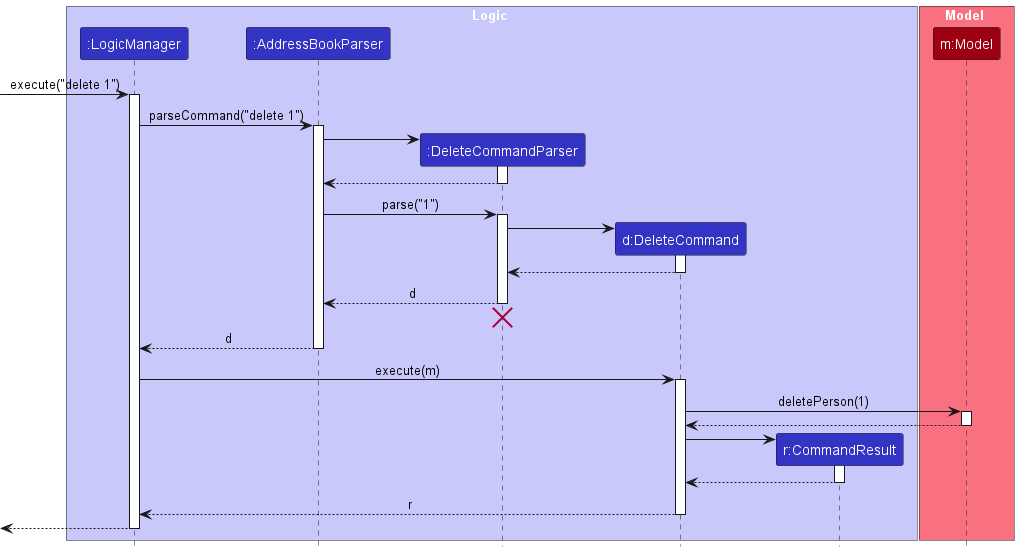
Above: docs/images/DeleteSequenceDiagram.png in nus-cs2103-AY2425S1/tp (PlantUML), before the change.
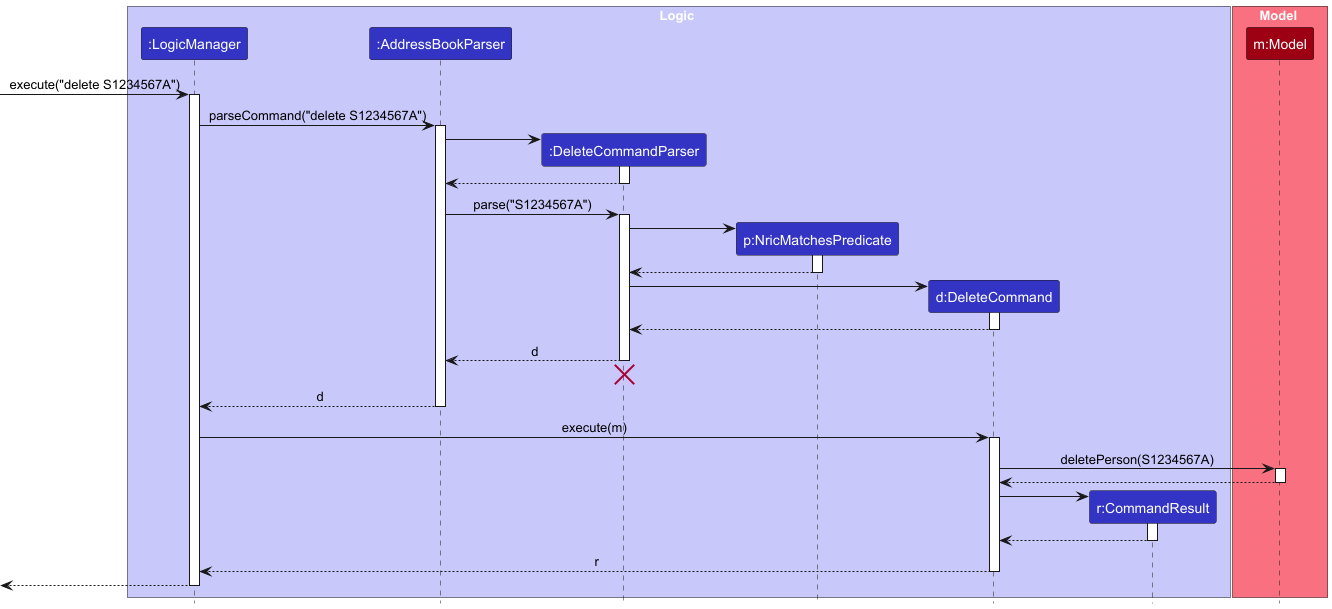
After the commit.

Commit message:
Update UiClassDiagram and DeleteSequenceDiagram UML files

Change to the diagram source:
```diff
@@ -6,6 +6,7 @@
 participant ":LogicManager" as LogicManager LOGIC_COLOR
 participant ":AddressBookParser" as AddressBookParser LOGIC_COLOR
 participant ":DeleteCommandParser" as DeleteCommandParser LOGIC_COLOR
+participant "p:NricMatchesPredicate" as NricMatchesPredicate LOGIC_COLOR
 participant "d:DeleteCommand" as DeleteCommand LOGIC_COLOR
 participant "r:CommandResult" as CommandResult LOGIC_COLOR
 end box
@@ -14,10 +15,10 @@
 participant "m:Model" as Model MODEL_COLOR
 end box
 
-[-> LogicManager : execute("delete 1")
+[-> LogicManager : execute("delete S1234567A")
 activate LogicManager
 
-LogicManager -> AddressBookParser : parseCommand("delete 1")
+LogicManager -> AddressBookParser : parseCommand("delete S1234567A")
 activate AddressBookParser
 
 create DeleteCommandParser
@@ -27,14 +28,21 @@
 DeleteCommandParser --> AddressBookParser
 deactivate DeleteCommandParser
 
-AddressBookParser -> DeleteCommandParser : parse("1")
+AddressBookParser -> DeleteCommandParser : parse("S1234567A")
 activate DeleteCommandParser
+
+create NricMatchesPredicate
+DeleteCommandParser -> NricMatchesPredicate
+activate NricMatchesPredicate
+
+NricMatchesPredicate --> DeleteCommandParser
+deactivate NricMatchesPredicate
 
 create DeleteCommand
 DeleteCommandParser -> DeleteCommand
 activate DeleteCommand
 
-DeleteCommand --> DeleteCommandParser :
+DeleteCommand --> DeleteCommandParser
 deactivate DeleteCommand
 
 DeleteCommandParser --> AddressBookParser : d
@@ -48,7 +56,7 @@
 LogicManager -> DeleteCommand : execute(m)
 activate DeleteCommand
 
-DeleteCommand -> Model : deletePerson(1)
+DeleteCommand -> Model : deletePerson(S1234567A)
 activate Model
 
 Model --> DeleteCommand
```
